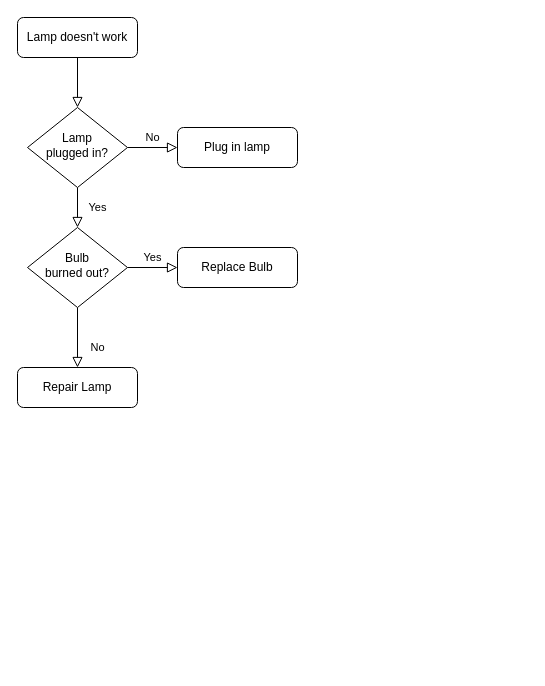
Before: Diagrama sin título.drawio in thomisanti/UML-1-, a draw.io diagram. Source tidied: cells renumbered, new cells numbered last; positions are measured from the earlier drawing's top-left corner, leaving out a move shared by most shapes. Both pictures are drawn from the tidied source at 100%, with x=0, y=0 at pixel (17, 17).
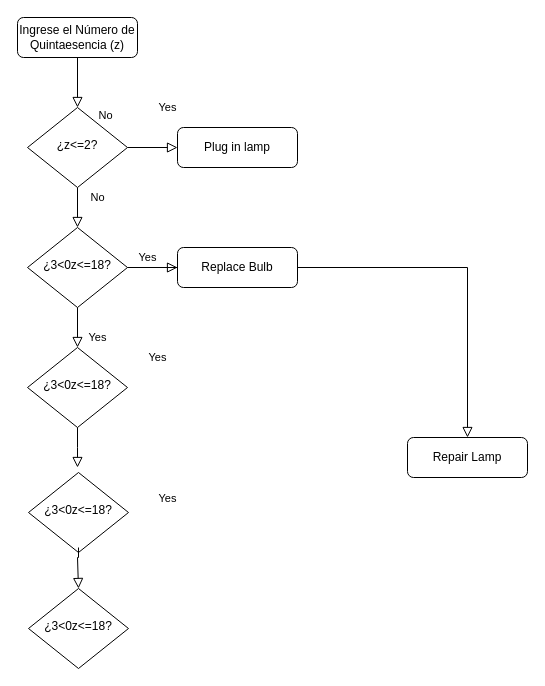
After the change.

Unchanged cells that the change refers to:
```xml
<mxCell id="7" value="Plug in lamp" style="rounded=1;whiteSpace=wrap;html=1;fontSize=12;glass=0;strokeWidth=1;shadow=0;" parent="1" vertex="1">
  <mxGeometry x="160" y="110" width="120" height="40" as="geometry" />
</mxCell>
<mxCell id="12" value="Replace Bulb" style="rounded=1;whiteSpace=wrap;html=1;fontSize=12;glass=0;strokeWidth=1;shadow=0;" parent="1" vertex="1">
  <mxGeometry x="160" y="230" width="120" height="40" as="geometry" />
</mxCell>
```

Diff of the diagram source:
```diff
@@
-    <mxCell id="3" value="Lamp doesn't work" style="rounded=1;whiteSpace=wrap;html=1;fontSize=12;glass=0;strokeWidth=1;shadow=0;" parent="1" vertex="1">
+    <mxCell id="3" value="Ingrese el&amp;nbsp;&lt;span style=&quot;background-color: transparent;&quot;&gt;Número de&lt;/span&gt;&lt;div&gt;Quintaesencia (z)&lt;/div&gt;" style="rounded=1;whiteSpace=wrap;html=1;fontSize=12;glass=0;strokeWidth=1;shadow=0;" parent="1" vertex="1">
       <mxGeometry width="120" height="40" as="geometry" />
     </mxCell>
     <mxCell id="4" value="Yes" style="rounded=0;html=1;jettySize=auto;fontSize=11;endArrow=block;endFill=0;endSize=8;strokeWidth=1;shadow=0;labelBackgroundColor=none;edgeStyle=orthogonalEdgeStyle;" parent="1" edge="1" source="6" target="10">
-      <mxGeometry y="20" relative="1" as="geometry" />
+      <mxGeometry x="-1" y="120" relative="1" as="geometry">
+        <mxPoint x="-30" y="-80" as="offset" />
+      </mxGeometry>
     </mxCell>
     <mxCell id="5" value="No" style="edgeStyle=orthogonalEdgeStyle;rounded=0;html=1;jettySize=auto;fontSize=11;endArrow=block;endFill=0;endSize=8;strokeWidth=1;shadow=0;labelBackgroundColor=none;" parent="1" edge="1" source="6" target="7">
-      <mxGeometry y="10" relative="1" as="geometry" />
+      <mxGeometry x="-1" y="-58" relative="1" as="geometry">
+        <mxPoint x="-30" y="-8" as="offset" />
+      </mxGeometry>
     </mxCell>
-    <mxCell id="6" value="Lamp&lt;br&gt;plugged in?" style="rhombus;whiteSpace=wrap;html=1;shadow=0;fontFamily=Helvetica;fontSize=12;align=center;strokeWidth=1;spacing=6;spacingTop=-4;" parent="1" vertex="1">
+    <mxCell id="6" value="¿z&amp;lt;=2?" style="rhombus;whiteSpace=wrap;html=1;shadow=0;fontFamily=Helvetica;fontSize=12;align=center;strokeWidth=1;spacing=6;spacingTop=-4;" parent="1" vertex="1">
       <mxGeometry x="10" y="90" width="100" height="80" as="geometry" />
     </mxCell>
@@
     <mxCell id="8" value="No" style="rounded=0;html=1;jettySize=auto;fontSize=11;endArrow=block;endFill=0;endSize=8;strokeWidth=1;shadow=0;labelBackgroundColor=none;edgeStyle=orthogonalEdgeStyle;" parent="1" edge="1" source="10" target="11">
-      <mxGeometry x="0.33" y="20" relative="1" as="geometry" />
+      <mxGeometry x="-1" y="92" relative="1" as="geometry">
+        <mxPoint x="-22" y="-60" as="offset" />
+      </mxGeometry>
     </mxCell>
     <mxCell id="9" value="Yes" style="edgeStyle=orthogonalEdgeStyle;rounded=0;html=1;jettySize=auto;fontSize=11;endArrow=block;endFill=0;endSize=8;strokeWidth=1;shadow=0;labelBackgroundColor=none;" parent="1" edge="1" source="10" target="12">
-      <mxGeometry y="10" relative="1" as="geometry" />
+      <mxGeometry x="-1" y="-76" relative="1" as="geometry">
+        <mxPoint x="-30" y="-6" as="offset" />
+      </mxGeometry>
     </mxCell>
-    <mxCell id="10" value="Bulb&lt;br&gt;burned out?" style="rhombus;whiteSpace=wrap;html=1;shadow=0;fontFamily=Helvetica;fontSize=12;align=center;strokeWidth=1;spacing=6;spacingTop=-4;" parent="1" vertex="1">
+    <mxCell id="10" value="¿3&amp;lt;0z&amp;lt;=18?" style="rhombus;whiteSpace=wrap;html=1;shadow=0;fontFamily=Helvetica;fontSize=12;align=center;strokeWidth=1;spacing=6;spacingTop=-4;" parent="1" vertex="1">
       <mxGeometry x="10" y="210" width="100" height="80" as="geometry" />
     </mxCell>
     <mxCell id="11" value="Repair Lamp" style="rounded=1;whiteSpace=wrap;html=1;fontSize=12;glass=0;strokeWidth=1;shadow=0;" parent="1" vertex="1">
-      <mxGeometry y="350" width="120" height="40" as="geometry" />
+      <mxGeometry x="390" y="420" width="120" height="40" as="geometry" />
     </mxCell>
@@
+    <mxCell id="13" value="¿3&amp;lt;0z&amp;lt;=18?" style="rhombus;whiteSpace=wrap;html=1;shadow=0;fontFamily=Helvetica;fontSize=12;align=center;strokeWidth=1;spacing=6;spacingTop=-4;" parent="1" vertex="1">
+      <mxGeometry x="10" y="330" width="100" height="80" as="geometry" />
+    </mxCell>
+    <mxCell id="14" value="¿3&amp;lt;0z&amp;lt;=18?" style="rhombus;whiteSpace=wrap;html=1;shadow=0;fontFamily=Helvetica;fontSize=12;align=center;strokeWidth=1;spacing=6;spacingTop=-4;" parent="1" vertex="1">
+      <mxGeometry x="11" y="455" width="100" height="80" as="geometry" />
+    </mxCell>
+    <mxCell id="15" value="¿3&amp;lt;0z&amp;lt;=18?" style="rhombus;whiteSpace=wrap;html=1;shadow=0;fontFamily=Helvetica;fontSize=12;align=center;strokeWidth=1;spacing=6;spacingTop=-4;" parent="1" vertex="1">
+      <mxGeometry x="11" y="571" width="100" height="80" as="geometry" />
+    </mxCell>
+    <mxCell id="16" value="Yes" style="edgeStyle=orthogonalEdgeStyle;rounded=0;html=1;jettySize=auto;fontSize=11;endArrow=block;endFill=0;endSize=8;strokeWidth=1;shadow=0;labelBackgroundColor=none;entryX=0.5;entryY=0;entryDx=0;entryDy=0;exitX=0.5;exitY=1;exitDx=0;exitDy=0;" parent="1" edge="1" source="10" target="13">
+      <mxGeometry x="-1" y="86" relative="1" as="geometry">
+        <mxPoint x="-16" y="-50" as="offset" />
+      </mxGeometry>
+    </mxCell>
+    <mxCell id="17" value="Yes" style="edgeStyle=orthogonalEdgeStyle;rounded=0;html=1;jettySize=auto;fontSize=11;endArrow=block;endFill=0;endSize=8;strokeWidth=1;shadow=0;labelBackgroundColor=none;entryX=0.5;entryY=0;entryDx=0;entryDy=0;" parent="1" edge="1" target="15">
+      <mxGeometry x="-1" y="102" relative="1" as="geometry">
+        <mxPoint x="61" y="530" as="sourcePoint" />
+        <Array as="points">
+          <mxPoint x="60" y="540" />
+        </Array>
+        <mxPoint x="-13" y="-49" as="offset" />
+      </mxGeometry>
+    </mxCell>
+    <mxCell id="18" value="Yes" style="edgeStyle=orthogonalEdgeStyle;rounded=0;html=1;jettySize=auto;fontSize=11;endArrow=block;endFill=0;endSize=8;strokeWidth=1;shadow=0;labelBackgroundColor=none;exitX=0.5;exitY=1;exitDx=0;exitDy=0;" parent="1" edge="1" source="13">
+      <mxGeometry x="-1" y="106" relative="1" as="geometry">
+        <mxPoint x="60" y="450" as="targetPoint" />
+        <mxPoint x="-26" y="-70" as="offset" />
+      </mxGeometry>
+    </mxCell>
```
